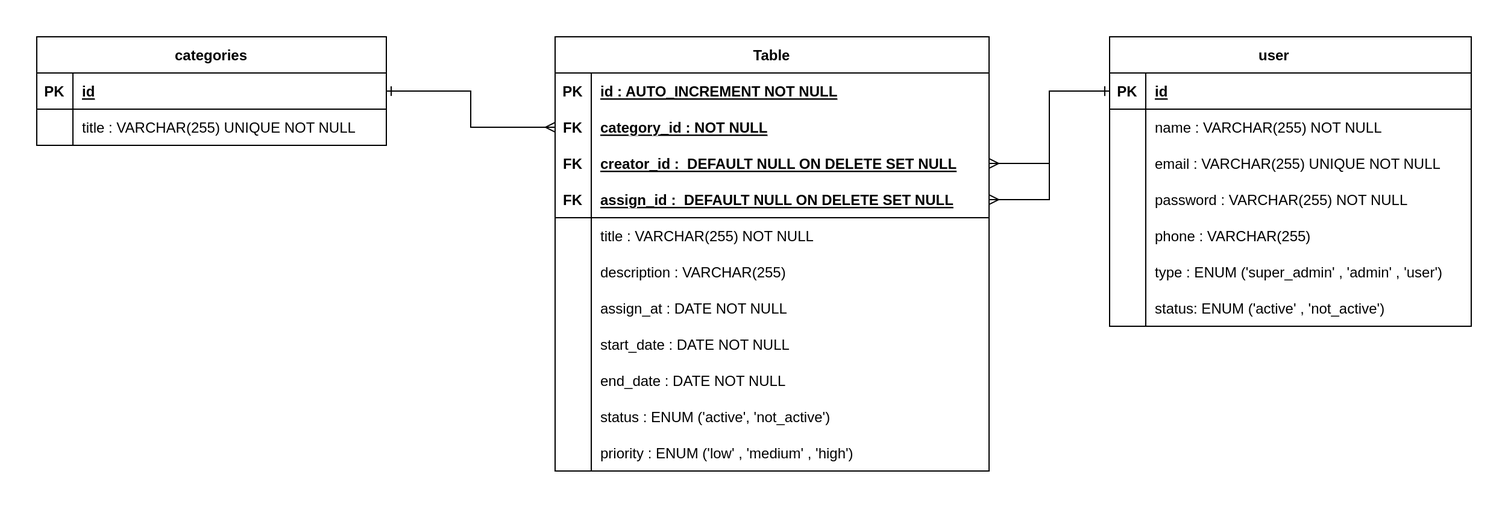
Earlier version of the draw.io export public/assets/images/Schema.png (khaledfathi/API_Task). Source tidied: cells renumbered, new cells last; positions are measured from the earlier drawing's top-left corner, leaving out a move shared by most shapes.
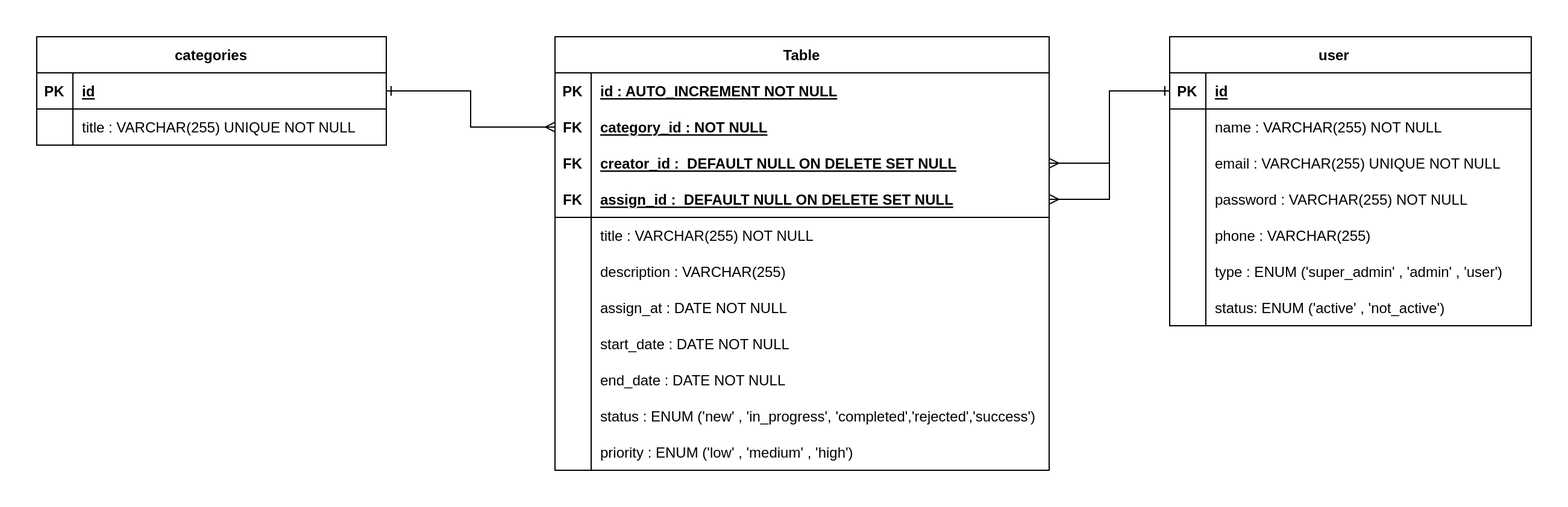
After the commit.

Diff of the diagram source:
```diff
@@ -3,106 +3,106 @@
     <mxCell id="0" />
     <mxCell id="1" parent="0" />
     <mxCell id="2" value="Table" style="shape=table;startSize=30;rowLines=0;fontStyle=1;align=center;" parent="1" vertex="1">
-      <mxGeometry x="430" width="360" height="360" as="geometry" />
+      <mxGeometry x="430" width="410" height="360" as="geometry" />
     </mxCell>
     <mxCell id="3" style="shape=tableRow;horizontal=0;startSize=0;swimlaneHead=0;swimlaneBody=0;fillColor=none;top=0;left=0;right=0;bottom=0;" parent="2" vertex="1">
-      <mxGeometry y="30" width="360" height="30" as="geometry" />
+      <mxGeometry y="30" width="410" height="30" as="geometry" />
     </mxCell>
     <mxCell id="4" value="PK" style="shape=partialRectangle;fillColor=none;top=0;left=0;bottom=0;right=0;fontStyle=1;overflow=hidden;" parent="3" vertex="1">
       <mxGeometry width="30" height="30" as="geometry" />
     </mxCell>
     <mxCell id="5" value="id : AUTO_INCREMENT NOT NULL" style="shape=partialRectangle;fillColor=none;top=0;left=0;bottom=0;right=0;align=left;spacingLeft=6;fontStyle=5;overflow=hidden;" parent="3" vertex="1">
-      <mxGeometry x="30" width="330" height="30" as="geometry" />
+      <mxGeometry x="30" width="380" height="30" as="geometry" />
     </mxCell>
     <mxCell id="6" style="shape=tableRow;horizontal=0;startSize=0;swimlaneHead=0;swimlaneBody=0;fillColor=none;points=[[0,0.5],[1,0.5]];portConstraint=eastwest;top=0;left=0;right=0;bottom=0;" parent="2" vertex="1">
-      <mxGeometry y="60" width="360" height="30" as="geometry" />
+      <mxGeometry y="60" width="410" height="30" as="geometry" />
     </mxCell>
     <mxCell id="7" value="FK" style="shape=partialRectangle;fillColor=none;top=0;left=0;bottom=0;right=0;fontStyle=1;overflow=hidden;" parent="6" vertex="1">
       <mxGeometry width="30" height="30" as="geometry" />
     </mxCell>
     <mxCell id="8" value="category_id : NOT NULL" style="shape=partialRectangle;fillColor=none;top=0;left=0;bottom=0;right=0;align=left;spacingLeft=6;fontStyle=5;overflow=hidden;" parent="6" vertex="1">
-      <mxGeometry x="30" width="330" height="30" as="geometry" />
+      <mxGeometry x="30" width="380" height="30" as="geometry" />
     </mxCell>
     <mxCell id="9" style="shape=tableRow;horizontal=0;startSize=0;swimlaneHead=0;swimlaneBody=0;fillColor=none;points=[[0,0.5],[1,0.5]];portConstraint=eastwest;top=0;left=0;right=0;bottom=0;" parent="2" vertex="1">
-      <mxGeometry y="90" width="360" height="30" as="geometry" />
+      <mxGeometry y="90" width="410" height="30" as="geometry" />
     </mxCell>
     <mxCell id="10" value="FK" style="shape=partialRectangle;fillColor=none;top=0;left=0;bottom=0;right=0;fontStyle=1;overflow=hidden;" parent="9" vertex="1">
       <mxGeometry width="30" height="30" as="geometry" />
     </mxCell>
     <mxCell id="11" value="creator_id :  DEFAULT NULL ON DELETE SET NULL" style="shape=partialRectangle;fillColor=none;top=0;left=0;bottom=0;right=0;align=left;spacingLeft=6;fontStyle=5;overflow=hidden;" parent="9" vertex="1">
-      <mxGeometry x="30" width="330" height="30" as="geometry" />
+      <mxGeometry x="30" width="380" height="30" as="geometry" />
     </mxCell>
     <mxCell id="12" style="shape=tableRow;horizontal=0;startSize=0;swimlaneHead=0;swimlaneBody=0;fillColor=none;points=[[0,0.5],[1,0.5]];portConstraint=eastwest;top=0;left=0;right=0;bottom=1;" parent="2" vertex="1">
-      <mxGeometry y="120" width="360" height="30" as="geometry" />
+      <mxGeometry y="120" width="410" height="30" as="geometry" />
     </mxCell>
     <mxCell id="13" value="FK" style="shape=partialRectangle;fillColor=none;top=0;left=0;bottom=0;right=0;fontStyle=1;overflow=hidden;" parent="12" vertex="1">
       <mxGeometry width="30" height="30" as="geometry" />
     </mxCell>
     <mxCell id="14" value="assign_id :  DEFAULT NULL ON DELETE SET NULL" style="shape=partialRectangle;fillColor=none;top=0;left=0;bottom=0;right=0;align=left;spacingLeft=6;fontStyle=5;overflow=hidden;" parent="12" vertex="1">
-      <mxGeometry x="30" width="330" height="30" as="geometry" />
+      <mxGeometry x="30" width="380" height="30" as="geometry" />
     </mxCell>
     <mxCell id="15" style="shape=tableRow;horizontal=0;startSize=0;swimlaneHead=0;swimlaneBody=0;fillColor=none;top=0;left=0;right=0;bottom=0;" parent="2" vertex="1">
-      <mxGeometry y="150" width="360" height="30" as="geometry" />
+      <mxGeometry y="150" width="410" height="30" as="geometry" />
     </mxCell>
     <mxCell id="16" style="shape=partialRectangle;fillColor=none;top=0;left=0;bottom=0;right=0;overflow=hidden;" parent="15" vertex="1">
       <mxGeometry width="30" height="30" as="geometry" />
     </mxCell>
     <mxCell id="17" value="title : VARCHAR(255) NOT NULL" style="shape=partialRectangle;fillColor=none;top=0;left=0;bottom=0;right=0;align=left;spacingLeft=6;overflow=hidden;" parent="15" vertex="1">
-      <mxGeometry x="30" width="330" height="30" as="geometry" />
+      <mxGeometry x="30" width="380" height="30" as="geometry" />
     </mxCell>
     <mxCell id="18" style="shape=tableRow;horizontal=0;startSize=0;swimlaneHead=0;swimlaneBody=0;fillColor=none;top=0;left=0;right=0;bottom=0;" parent="2" vertex="1">
-      <mxGeometry y="180" width="360" height="30" as="geometry" />
+      <mxGeometry y="180" width="410" height="30" as="geometry" />
     </mxCell>
     <mxCell id="19" style="shape=partialRectangle;fillColor=none;top=0;left=0;bottom=0;right=0;overflow=hidden;" parent="18" vertex="1">
       <mxGeometry width="30" height="30" as="geometry" />
     </mxCell>
     <mxCell id="20" value="description : VARCHAR(255) " style="shape=partialRectangle;fillColor=none;top=0;left=0;bottom=0;right=0;align=left;spacingLeft=6;overflow=hidden;" parent="18" vertex="1">
-      <mxGeometry x="30" width="330" height="30" as="geometry" />
+      <mxGeometry x="30" width="380" height="30" as="geometry" />
     </mxCell>
     <mxCell id="21" style="shape=tableRow;horizontal=0;startSize=0;swimlaneHead=0;swimlaneBody=0;fillColor=none;top=0;left=0;right=0;bottom=0;" parent="2" vertex="1">
-      <mxGeometry y="210" width="360" height="30" as="geometry" />
+      <mxGeometry y="210" width="410" height="30" as="geometry" />
     </mxCell>
     <mxCell id="22" style="shape=partialRectangle;fillColor=none;top=0;left=0;bottom=0;right=0;overflow=hidden;" parent="21" vertex="1">
       <mxGeometry width="30" height="30" as="geometry" />
     </mxCell>
     <mxCell id="23" value="assign_at : DATE NOT NULL" style="shape=partialRectangle;fillColor=none;top=0;left=0;bottom=0;right=0;align=left;spacingLeft=6;overflow=hidden;" parent="21" vertex="1">
-      <mxGeometry x="30" width="330" height="30" as="geometry" />
+      <mxGeometry x="30" width="380" height="30" as="geometry" />
     </mxCell>
     <mxCell id="24" style="shape=tableRow;horizontal=0;startSize=0;swimlaneHead=0;swimlaneBody=0;fillColor=none;top=0;left=0;right=0;bottom=0;" parent="2" vertex="1">
-      <mxGeometry y="240" width="360" height="30" as="geometry" />
+      <mxGeometry y="240" width="410" height="30" as="geometry" />
     </mxCell>
     <mxCell id="25" style="shape=partialRectangle;fillColor=none;top=0;left=0;bottom=0;right=0;overflow=hidden;" parent="24" vertex="1">
       <mxGeometry width="30" height="30" as="geometry" />
     </mxCell>
     <mxCell id="26" value="start_date : DATE NOT NULL" style="shape=partialRectangle;fillColor=none;top=0;left=0;bottom=0;right=0;align=left;spacingLeft=6;overflow=hidden;" parent="24" vertex="1">
-      <mxGeometry x="30" width="330" height="30" as="geometry" />
+      <mxGeometry x="30" width="380" height="30" as="geometry" />
     </mxCell>
     <mxCell id="27" style="shape=tableRow;horizontal=0;startSize=0;swimlaneHead=0;swimlaneBody=0;fillColor=none;top=0;left=0;right=0;bottom=0;" parent="2" vertex="1">
-      <mxGeometry y="270" width="360" height="30" as="geometry" />
+      <mxGeometry y="270" width="410" height="30" as="geometry" />
     </mxCell>
     <mxCell id="28" style="shape=partialRectangle;fillColor=none;top=0;left=0;bottom=0;right=0;overflow=hidden;" parent="27" vertex="1">
       <mxGeometry width="30" height="30" as="geometry" />
     </mxCell>
     <mxCell id="29" value="end_date : DATE NOT NULL" style="shape=partialRectangle;fillColor=none;top=0;left=0;bottom=0;right=0;align=left;spacingLeft=6;overflow=hidden;" parent="27" vertex="1">
-      <mxGeometry x="30" width="330" height="30" as="geometry" />
+      <mxGeometry x="30" width="380" height="30" as="geometry" />
     </mxCell>
     <mxCell id="30" style="shape=tableRow;horizontal=0;startSize=0;swimlaneHead=0;swimlaneBody=0;fillColor=none;top=0;left=0;right=0;bottom=0;" parent="2" vertex="1">
-      <mxGeometry y="300" width="360" height="30" as="geometry" />
+      <mxGeometry y="300" width="410" height="30" as="geometry" />
     </mxCell>
     <mxCell id="31" style="shape=partialRectangle;fillColor=none;top=0;left=0;bottom=0;right=0;overflow=hidden;" parent="30" vertex="1">
       <mxGeometry width="30" height="30" as="geometry" />
     </mxCell>
-    <mxCell id="32" value="status : ENUM ('active', 'not_active')" style="shape=partialRectangle;fillColor=none;top=0;left=0;bottom=0;right=0;align=left;spacingLeft=6;overflow=hidden;" parent="30" vertex="1">
-      <mxGeometry x="30" width="330" height="30" as="geometry" />
+    <mxCell id="32" value="status : ENUM ('new' , 'in_progress', 'completed','rejected','success')" style="shape=partialRectangle;fillColor=none;top=0;left=0;bottom=0;right=0;align=left;spacingLeft=6;overflow=hidden;" parent="30" vertex="1">
+      <mxGeometry x="30" width="380" height="30" as="geometry" />
     </mxCell>
     <mxCell id="33" style="shape=tableRow;horizontal=0;startSize=0;swimlaneHead=0;swimlaneBody=0;fillColor=none;top=0;left=0;right=0;bottom=0;" parent="2" vertex="1">
-      <mxGeometry y="330" width="360" height="30" as="geometry" />
+      <mxGeometry y="330" width="410" height="30" as="geometry" />
     </mxCell>
     <mxCell id="34" style="shape=partialRectangle;fillColor=none;top=0;left=0;bottom=0;right=0;overflow=hidden;" parent="33" vertex="1">
       <mxGeometry width="30" height="30" as="geometry" />
     </mxCell>
     <mxCell id="35" value="priority : ENUM ('low' , 'medium' , 'high')" style="shape=partialRectangle;fillColor=none;top=0;left=0;bottom=0;right=0;align=left;spacingLeft=6;overflow=hidden;" parent="33" vertex="1">
-      <mxGeometry x="30" width="330" height="30" as="geometry" />
+      <mxGeometry x="30" width="380" height="30" as="geometry" />
     </mxCell>
     <mxCell id="36" value="categories" style="shape=table;startSize=30;rowLines=0;fontStyle=1;align=center;" parent="1" vertex="1">
       <mxGeometry width="290" height="90" as="geometry" />
@@ -126,7 +126,7 @@
       <mxGeometry x="30" width="260" height="30" as="geometry" />
     </mxCell>
     <mxCell id="43" value="user        " style="shape=table;startSize=30;rowLines=0;fontStyle=1;align=center;" parent="1" vertex="1">
-      <mxGeometry x="890" width="300" height="240" as="geometry" />
+      <mxGeometry x="940" width="300" height="240" as="geometry" />
     </mxCell>
     <mxCell id="44" style="shape=tableRow;horizontal=0;startSize=0;swimlaneHead=0;swimlaneBody=0;fillColor=none;points=[[0,0.5],[1,0.5]];portConstraint=eastwest;top=0;left=0;right=0;bottom=1;" parent="43" vertex="1">
       <mxGeometry y="30" width="300" height="30" as="geometry" />
```
